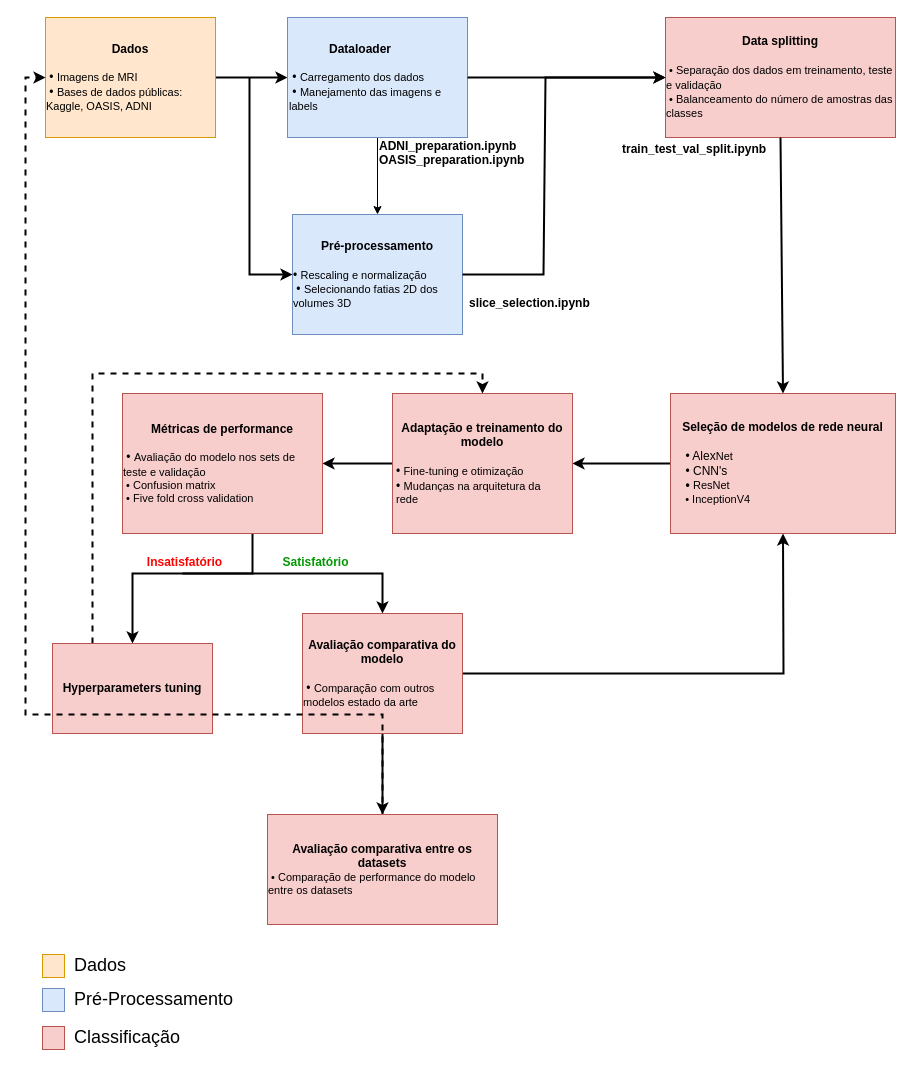
Disciplinas-FEEC/IA901-2023S1 keeps this draw.io diagram as projetos/AlzClass/assets/workflow.drawio. Above is the earlier version. Source tidied: cells renumbered, new cells numbered last; positions are measured from the earlier drawing's top-left corner, leaving out a move shared by most shapes. Both pictures are drawn from the tidied source at 100%, with x=0, y=0 at pixel (25, 17).
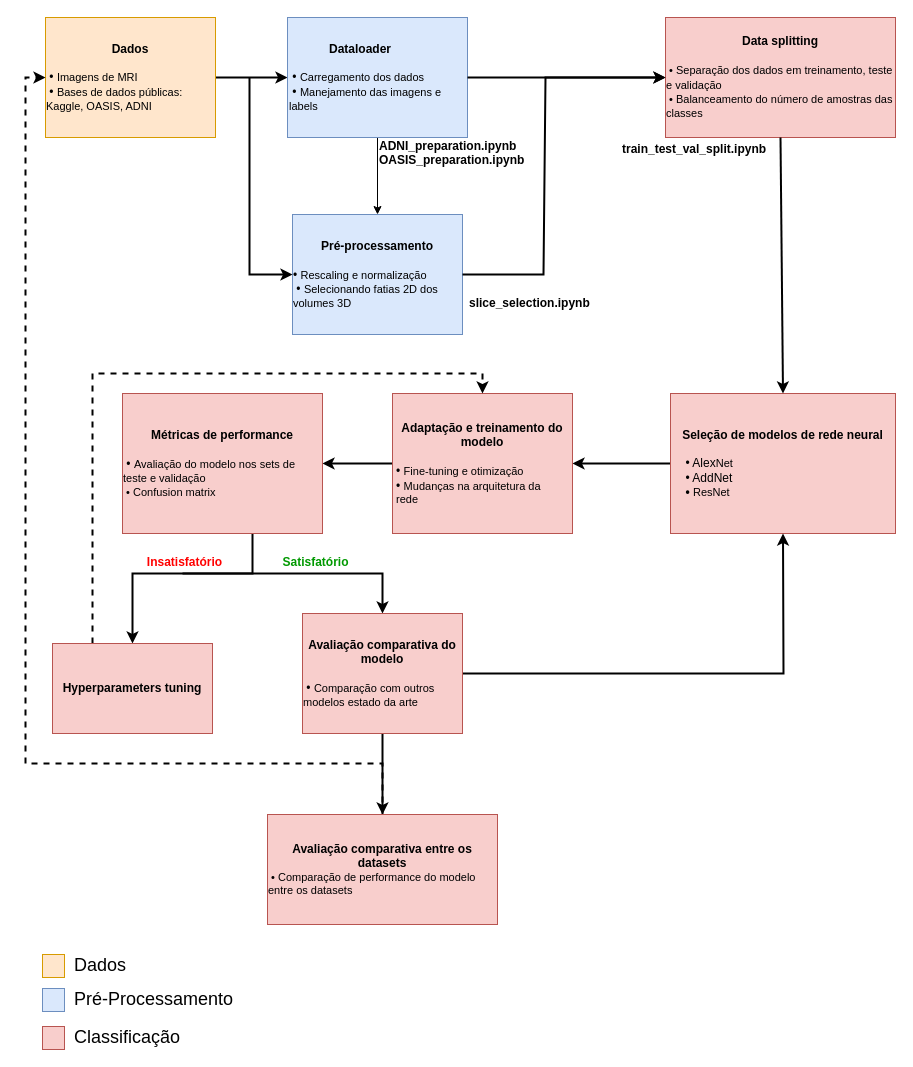
Above is the later version.

Unchanged cells that the change refers to:
```xml
<mxCell id="3" value="&lt;b&gt;Dados&lt;br&gt;&lt;/b&gt;&lt;br&gt;&lt;div style=&quot;text-align: left;&quot;&gt;&lt;span style=&quot;background-color: initial;&quot;&gt;&amp;nbsp;•&amp;nbsp;&lt;/span&gt;&lt;span style=&quot;background-color: initial; font-size: 11px;&quot;&gt;Imagens de MRI&amp;nbsp;&lt;/span&gt;&lt;/div&gt;&lt;div style=&quot;text-align: left;&quot;&gt;&lt;span style=&quot;background-color: initial;&quot;&gt;&amp;nbsp;•&amp;nbsp;&lt;/span&gt;&lt;span style=&quot;background-color: initial; font-size: 11px;&quot;&gt;Bases de dados públicas: Kaggle, OASIS, ADNI&lt;/span&gt;&lt;/div&gt;" style="rounded=0;whiteSpace=wrap;html=1;fontFamily=Helvetica;fillColor=#ffe6cc;strokeColor=#d79b00;" parent="1" vertex="1">
  <mxGeometry x="20" width="170" height="120" as="geometry" />
</mxCell>
<mxCell id="24" value="&lt;font style=&quot;&quot;&gt;&lt;b style=&quot;&quot;&gt;&lt;font style=&quot;font-size: 12px;&quot;&gt;Avaliação comparativa entre os datasets&lt;/font&gt;&lt;/b&gt;&lt;br&gt;&lt;/font&gt;&lt;div style=&quot;text-align: left; font-size: 11px;&quot;&gt;&lt;font style=&quot;font-size: 11px;&quot;&gt;&amp;nbsp;• Comparação de performance do modelo entre os datasets&lt;/font&gt;&lt;br&gt;&lt;/div&gt;" style="rounded=0;whiteSpace=wrap;html=1;fontFamily=Helvetica;fillColor=#f8cecc;strokeColor=#b85450;" parent="1" vertex="1">
  <mxGeometry x="242" y="797" width="230" height="110" as="geometry" />
</mxCell>
```

Change to the diagram source:
```diff
@@
-    <mxCell id="9" value="&lt;font style=&quot;font-size: 11px;&quot;&gt;&lt;span style=&quot;font-size: 12px;&quot;&gt;&lt;b&gt;Seleção de modelos de rede neural&lt;/b&gt;&lt;br&gt;&lt;br&gt;&lt;div style=&quot;font-weight: bold; text-align: left;&quot;&gt;&amp;nbsp;&lt;span style=&quot;font-weight: 400; text-align: center;&quot;&gt;• Alex&lt;/span&gt;&lt;span style=&quot;font-size: 11px; background-color: initial; font-weight: normal;&quot;&gt;Net&lt;/span&gt;&lt;/div&gt;&lt;div style=&quot;text-align: left;&quot;&gt;&lt;b&gt;&amp;nbsp;&lt;/b&gt;• CNN's&lt;span style=&quot;font-weight: normal; font-size: 11px; background-color: initial;&quot;&gt;&lt;br&gt;&lt;/span&gt;&lt;/div&gt;&lt;div style=&quot;font-weight: bold; text-align: left;&quot;&gt;&amp;nbsp;•&amp;nbsp;&lt;span style=&quot;background-color: initial; font-size: 11px; font-weight: normal;&quot;&gt;ResNet&lt;/span&gt;&lt;span style=&quot;font-size: 11px; background-color: initial; font-weight: normal;&quot;&gt;&lt;br&gt;&lt;/span&gt;&lt;/div&gt;&lt;div style=&quot;font-weight: bold; text-align: left;&quot;&gt;&lt;font style=&quot;font-size: 11px; background-color: initial; font-weight: normal;&quot;&gt;&amp;nbsp;&lt;/font&gt;&lt;font style=&quot;font-size: 11px; background-color: initial; font-weight: normal;&quot;&gt;•&amp;nbsp;InceptionV4&lt;/font&gt;&lt;/div&gt;&lt;/span&gt;&lt;/font&gt;" style="rounded=0;whiteSpace=wrap;html=1;fontFamily=Helvetica;fillColor=#f8cecc;strokeColor=#b85450;" parent="1" vertex="1">
+    <mxCell id="9" value="&lt;font style=&quot;font-size: 11px;&quot;&gt;&lt;span style=&quot;font-size: 12px;&quot;&gt;&lt;b&gt;Seleção de modelos de rede neural&lt;/b&gt;&lt;br&gt;&lt;br&gt;&lt;div style=&quot;font-weight: bold; text-align: left;&quot;&gt;&amp;nbsp;&lt;span style=&quot;font-weight: 400; text-align: center;&quot;&gt;• Alex&lt;/span&gt;&lt;span style=&quot;font-size: 11px; background-color: initial; font-weight: normal;&quot;&gt;Net&lt;/span&gt;&lt;/div&gt;&lt;div style=&quot;text-align: left;&quot;&gt;&lt;b&gt;&amp;nbsp;&lt;/b&gt;• AddNet&lt;span style=&quot;font-weight: normal; font-size: 11px; background-color: initial;&quot;&gt;&lt;br&gt;&lt;/span&gt;&lt;/div&gt;&lt;div style=&quot;font-weight: bold; text-align: left;&quot;&gt;&amp;nbsp;•&amp;nbsp;&lt;span style=&quot;background-color: initial; font-size: 11px; font-weight: normal;&quot;&gt;ResNet&lt;/span&gt;&lt;/div&gt;&lt;/span&gt;&lt;/font&gt;" style="rounded=0;whiteSpace=wrap;html=1;fontFamily=Helvetica;fillColor=#f8cecc;strokeColor=#b85450;" parent="1" vertex="1">
       <mxGeometry x="645" y="376" width="225" height="140" as="geometry" />
     </mxCell>
@@
-    <mxCell id="14" value="&lt;b&gt;Métricas de performance&lt;br&gt;&lt;/b&gt;&lt;br&gt;&lt;div style=&quot;text-align: left;&quot;&gt;&lt;span style=&quot;background-color: initial;&quot;&gt;&amp;nbsp;•&amp;nbsp;&lt;/span&gt;&lt;span style=&quot;background-color: initial; font-size: 11px;&quot;&gt;Avaliação do modelo nos sets de teste e validação&lt;/span&gt;&lt;/div&gt;&lt;font style=&quot;font-size: 11px;&quot;&gt;&lt;div style=&quot;text-align: left;&quot;&gt;&lt;span style=&quot;background-color: initial;&quot;&gt;&amp;nbsp;•&amp;nbsp;&lt;/span&gt;&lt;span style=&quot;background-color: initial;&quot;&gt;Confusion matrix&lt;/span&gt;&lt;/div&gt;&lt;div style=&quot;text-align: left;&quot;&gt;&lt;span style=&quot;background-color: initial;&quot;&gt;&amp;nbsp;•&amp;nbsp;&lt;/span&gt;&lt;span style=&quot;background-color: initial; text-align: left;&quot;&gt;Five fold cross validation&lt;/span&gt;&lt;/div&gt;&lt;/font&gt;" style="rounded=0;whiteSpace=wrap;html=1;fontFamily=Helvetica;fillColor=#f8cecc;strokeColor=#b85450;" parent="1" vertex="1">
+    <mxCell id="14" value="&lt;b&gt;Métricas de performance&lt;br&gt;&lt;/b&gt;&lt;br&gt;&lt;div style=&quot;text-align: left;&quot;&gt;&lt;span style=&quot;background-color: initial;&quot;&gt;&amp;nbsp;•&amp;nbsp;&lt;/span&gt;&lt;span style=&quot;background-color: initial; font-size: 11px;&quot;&gt;Avaliação do modelo nos sets de teste e validação&lt;/span&gt;&lt;/div&gt;&lt;font style=&quot;font-size: 11px;&quot;&gt;&lt;div style=&quot;text-align: left;&quot;&gt;&lt;span style=&quot;background-color: initial;&quot;&gt;&amp;nbsp;•&amp;nbsp;&lt;/span&gt;&lt;span style=&quot;background-color: initial;&quot;&gt;Confusion matrix&lt;/span&gt;&lt;/div&gt;&lt;/font&gt;" style="rounded=0;whiteSpace=wrap;html=1;fontFamily=Helvetica;fillColor=#f8cecc;strokeColor=#b85450;" parent="1" vertex="1">
       <mxGeometry x="97" y="376" width="200" height="140" as="geometry" />
     </mxCell>
@@
     <mxCell id="23" style="edgeStyle=orthogonalEdgeStyle;rounded=0;jettySize=auto;html=1;entryX=0;entryY=0.5;entryDx=0;entryDy=0;strokeWidth=2;dashed=1;" parent="1" edge="1" source="24" target="3">
       <mxGeometry relative="1" as="geometry">
         <Array as="points">
-          <mxPoint x="357" y="697" />
-          <mxPoint y="697" />
+          <mxPoint x="357" y="746" />
+          <mxPoint y="746" />
           <mxPoint y="60" />
         </Array>
       </mxGeometry>
     </mxCell>
```
